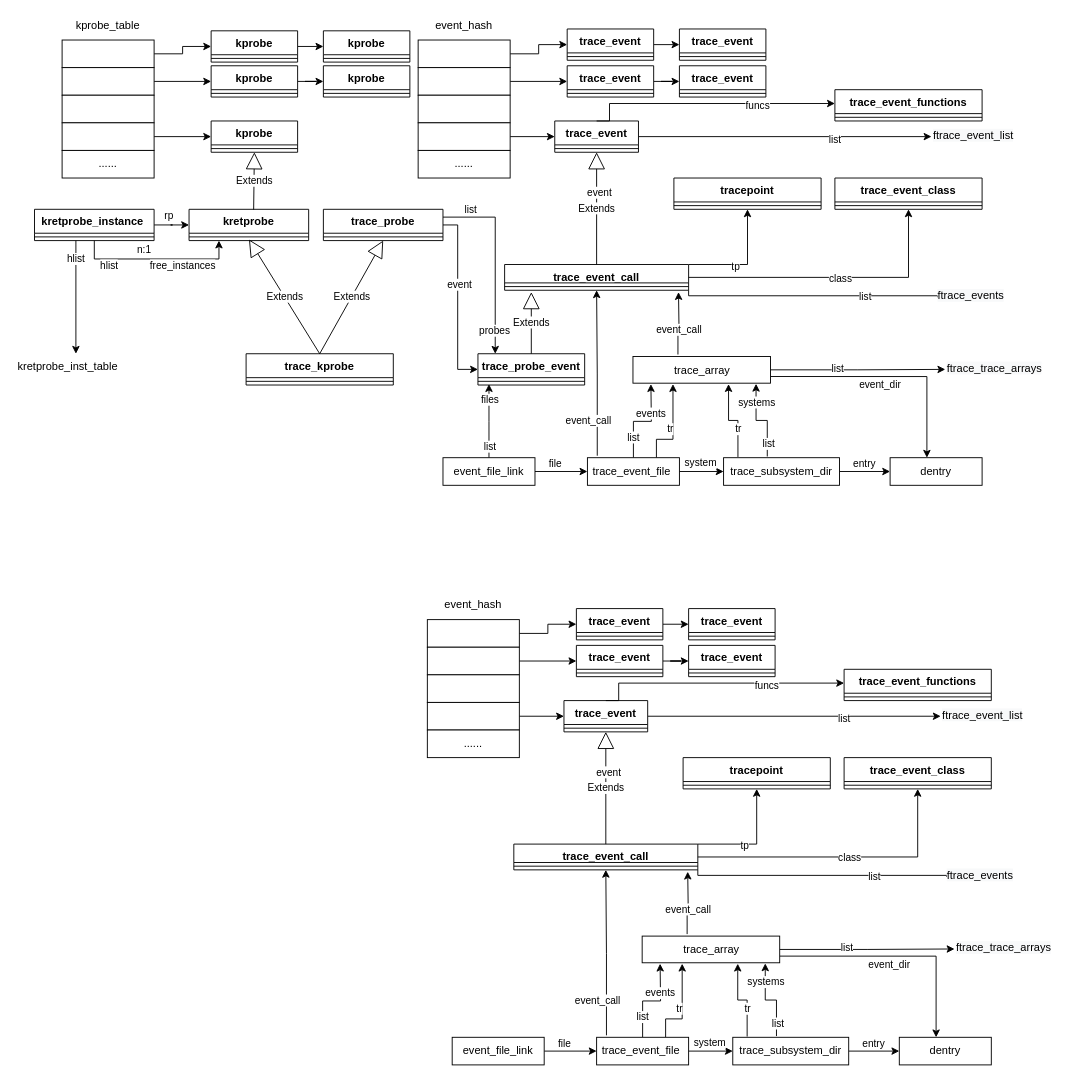
Above: trace.drawio in jasonactions/graph (draw.io), before the change. Source tidied: cells renumbered, new cells numbered last; positions are measured from the earlier drawing's top-left corner, leaving out a move shared by most shapes. Both pictures are drawn from the tidied source at 92%, with x=0, y=0 at pixel (16, 16).
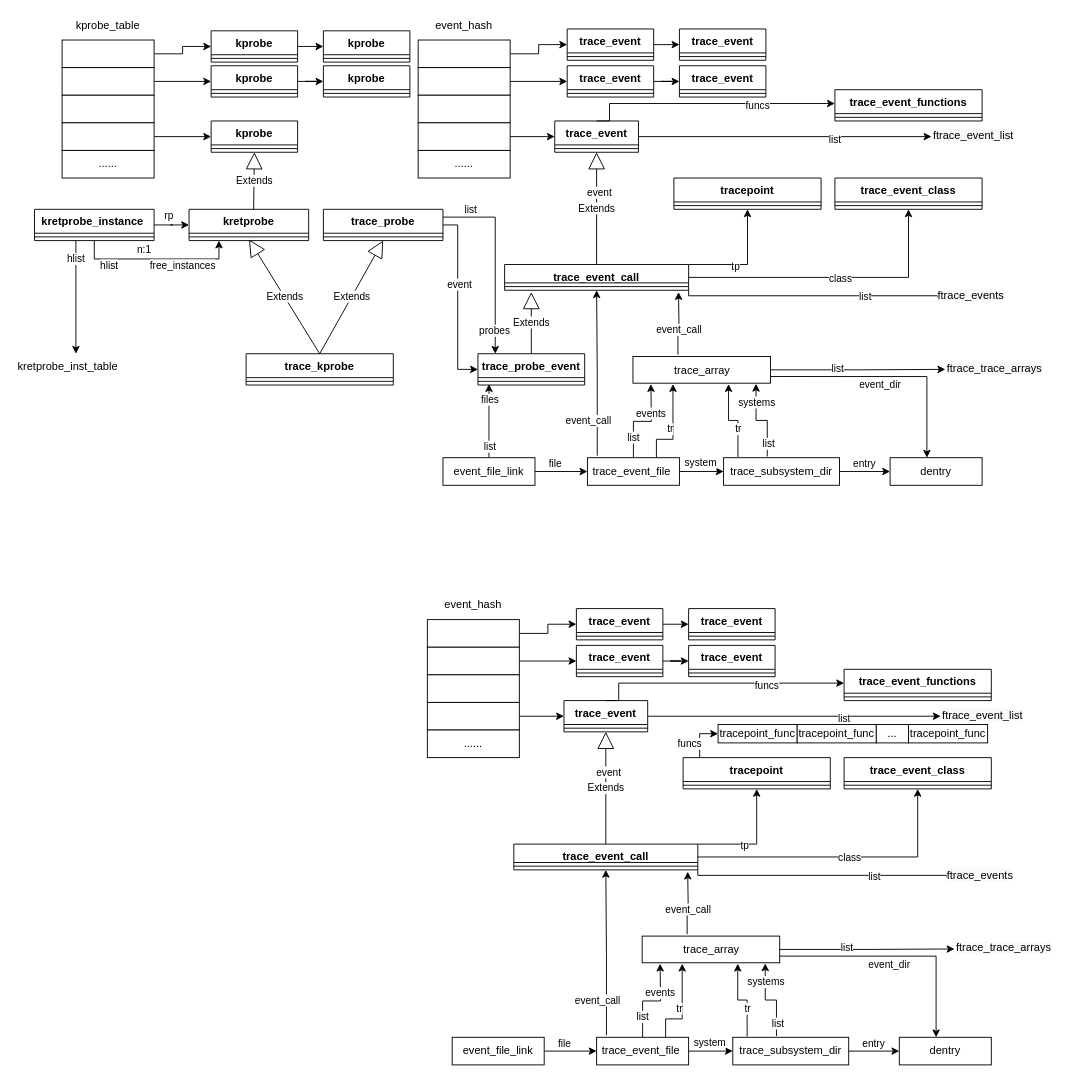
The same diagram, later.

Unchanged cells that the change refers to:
```xml
<mxCell id="137" value="tracepoint" style="swimlane;fontStyle=1;align=center;verticalAlign=top;horizontal=1;startSize=26;" parent="1" vertex="1">
  <mxGeometry x="725" y="806" width="160" height="34" as="geometry" />
</mxCell>
```

Change to the diagram source:
```diff
@@
+    <mxCell id="200" style="edgeStyle=orthogonalEdgeStyle;rounded=0;jettySize=auto;html=1;entryX=0;entryY=0.5;entryDx=0;entryDy=0;" parent="1" edge="1" source="137" target="202">
+      <mxGeometry relative="1" as="geometry">
+        <Array as="points">
+          <mxPoint x="743" y="780" />
+        </Array>
+      </mxGeometry>
+    </mxCell>
+    <mxCell id="201" value="funcs" style="edgeLabel;html=1;align=center;verticalAlign=middle;" parent="200" vertex="1">
+      <mxGeometry x="-0.59" relative="1" as="geometry">
+        <mxPoint x="-12" y="-7" as="offset" />
+      </mxGeometry>
+    </mxCell>
@@
+    <mxCell id="202" value="tracepoint_func" style="rounded=0;whiteSpace=wrap;html=1;" parent="1" vertex="1">
+      <mxGeometry x="763" y="770" width="86" height="20" as="geometry" />
+    </mxCell>
+    <mxCell id="203" value="tracepoint_func" style="rounded=0;whiteSpace=wrap;html=1;" parent="1" vertex="1">
+      <mxGeometry x="849" y="770" width="86" height="20" as="geometry" />
+    </mxCell>
+    <mxCell id="204" value="tracepoint_func" style="rounded=0;whiteSpace=wrap;html=1;" parent="1" vertex="1">
+      <mxGeometry x="970" y="770" width="86" height="20" as="geometry" />
+    </mxCell>
+    <mxCell id="205" value="..." style="rounded=0;whiteSpace=wrap;html=1;" parent="1" vertex="1">
+      <mxGeometry x="935" y="770" width="35" height="20" as="geometry" />
+    </mxCell>
```
